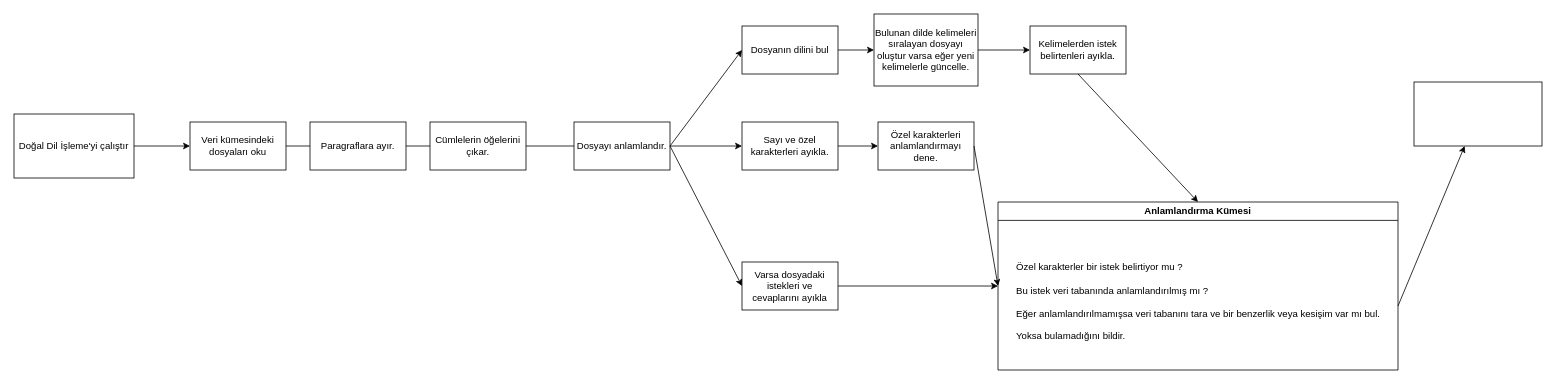
Before: src/Untitled Diagram.drawio in omer-yakici/Dogal_Dil_Isleme, a draw.io diagram. Source tidied: cells renumbered, new cells numbered last; positions are measured from the earlier drawing's top-left corner, leaving out a move shared by most shapes. Both pictures are drawn from the tidied source at 80%, with x=0, y=0 at pixel (14, 14).
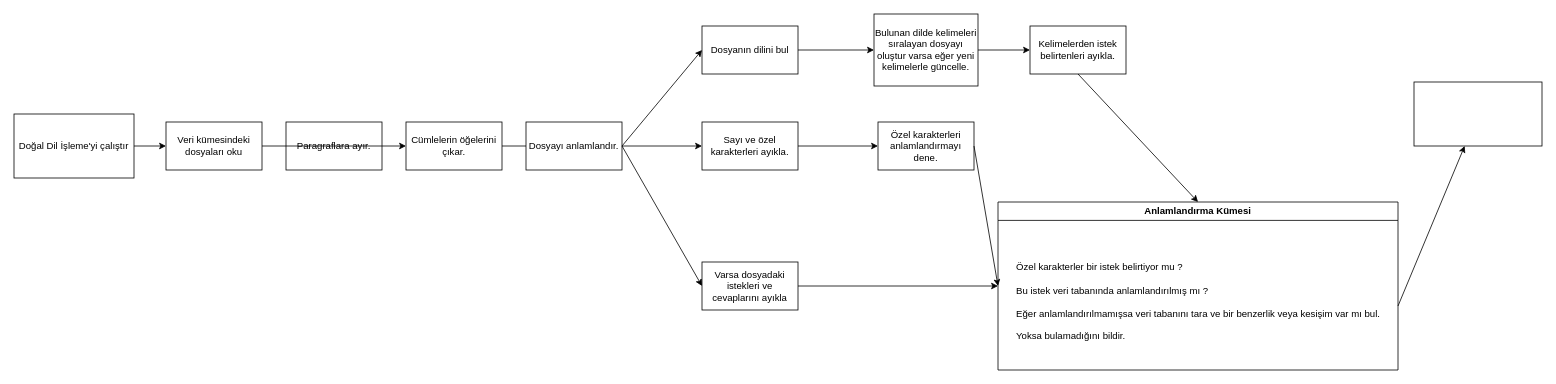
Above is the later version.

Commit message:
DDI Mimarisi

The edit, as a diff of the source:
```diff
@@
     <mxCell id="3" value="Veri kümesindeki dosyaları oku" style="rounded=0;whiteSpace=wrap;html=1;" parent="1" vertex="1">
-      <mxGeometry x="220" y="135" width="120" height="60" as="geometry" />
+      <mxGeometry x="190" y="135" width="120" height="60" as="geometry" />
     </mxCell>
     <mxCell id="4" value="Dosyanın dilini bul" style="rounded=0;whiteSpace=wrap;html=1;" parent="1" vertex="1">
-      <mxGeometry x="910" y="15" width="120" height="60" as="geometry" />
+      <mxGeometry x="860" y="15" width="120" height="60" as="geometry" />
     </mxCell>
@@
     <mxCell id="8" value="Sayı ve özel karakterleri ayıkla." style="rounded=0;whiteSpace=wrap;html=1;" parent="1" vertex="1">
-      <mxGeometry x="910" y="135" width="120" height="60" as="geometry" />
+      <mxGeometry x="860" y="135" width="120" height="60" as="geometry" />
     </mxCell>
@@
-    <mxCell id="13" style="endArrow=classic;html=1;rounded=0;exitX=1;exitY=0.5;exitDx=0;exitDy=0;" parent="1" edge="1" source="3">
+    <mxCell id="13" style="endArrow=classic;html=1;rounded=0;exitX=1;exitY=0.5;exitDx=0;exitDy=0;" parent="1" edge="1" source="24">
       <mxGeometry relative="1" as="geometry">
         <mxPoint x="710" y="165" as="targetPoint" />
       </mxGeometry>
     </mxCell>
     <mxCell id="14" value="Dosyayı anlamlandır." style="rounded=0;whiteSpace=wrap;html=1;" parent="1" vertex="1">
-      <mxGeometry x="700" y="135" width="120" height="60" as="geometry" />
+      <mxGeometry x="640" y="135" width="120" height="60" as="geometry" />
     </mxCell>
@@
     <mxCell id="18" value="Varsa dosyadaki istekleri ve cevaplarını ayıkla" style="rounded=0;whiteSpace=wrap;html=1;" parent="1" vertex="1">
-      <mxGeometry x="910" y="310" width="120" height="60" as="geometry" />
+      <mxGeometry x="860" y="310" width="120" height="60" as="geometry" />
     </mxCell>
@@
     <mxCell id="23" value="Paragraflara ayır." style="rounded=0;whiteSpace=wrap;html=1;" parent="1" vertex="1">
-      <mxGeometry x="370" y="135" width="120" height="60" as="geometry" />
+      <mxGeometry x="340" y="135" width="120" height="60" as="geometry" />
     </mxCell>
-    <mxCell id="24" value="Cümlelerin öğelerini çıkar." style="rounded=0;whiteSpace=wrap;html=1;" parent="1" vertex="1">
-      <mxGeometry x="520" y="135" width="120" height="60" as="geometry" />
-    </mxCell>
@@
+    <mxCell id="28" style="endArrow=classic;html=1;rounded=0;exitX=1;exitY=0.5;exitDx=0;exitDy=0;" parent="1" edge="1" source="3" target="24">
+      <mxGeometry relative="1" as="geometry" />
+    </mxCell>
+    <mxCell id="24" value="Cümlelerin öğelerini çıkar." style="rounded=0;whiteSpace=wrap;html=1;" parent="1" vertex="1">
+      <mxGeometry x="490" y="135" width="120" height="60" as="geometry" />
+    </mxCell>
```
